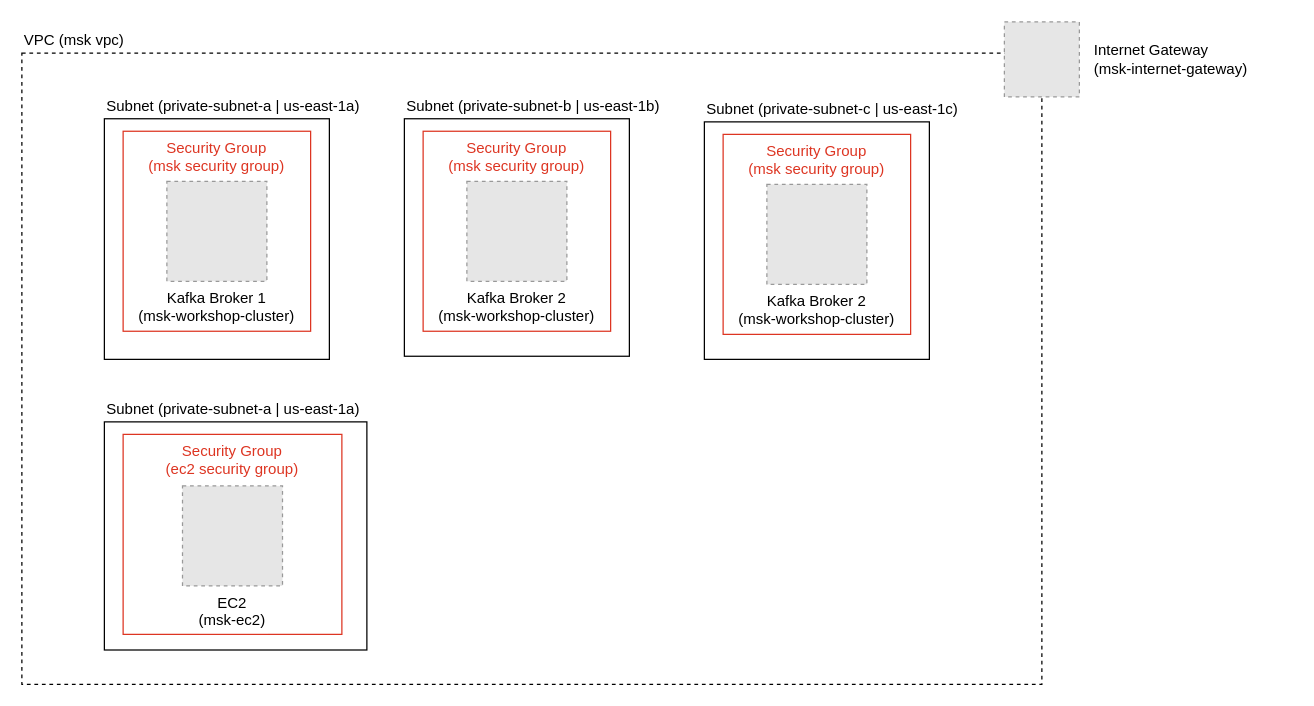
ev2900/Managed_Streaming_for_Apache_Kafka_Examples keeps this draw.io diagram as Cluster_Expansion/ReadMe_Architecture/architecture.drawio. Above is the earlier version. Source tidied: cells renumbered, new cells numbered last; positions are measured from the earlier drawing's top-left corner, leaving out a move shared by most shapes. Both pictures are drawn from the tidied source at 125%, with x=0, y=0 at pixel (21, 21). Pictures stored in the file or linked from it are replaced by grey dashed boxes.
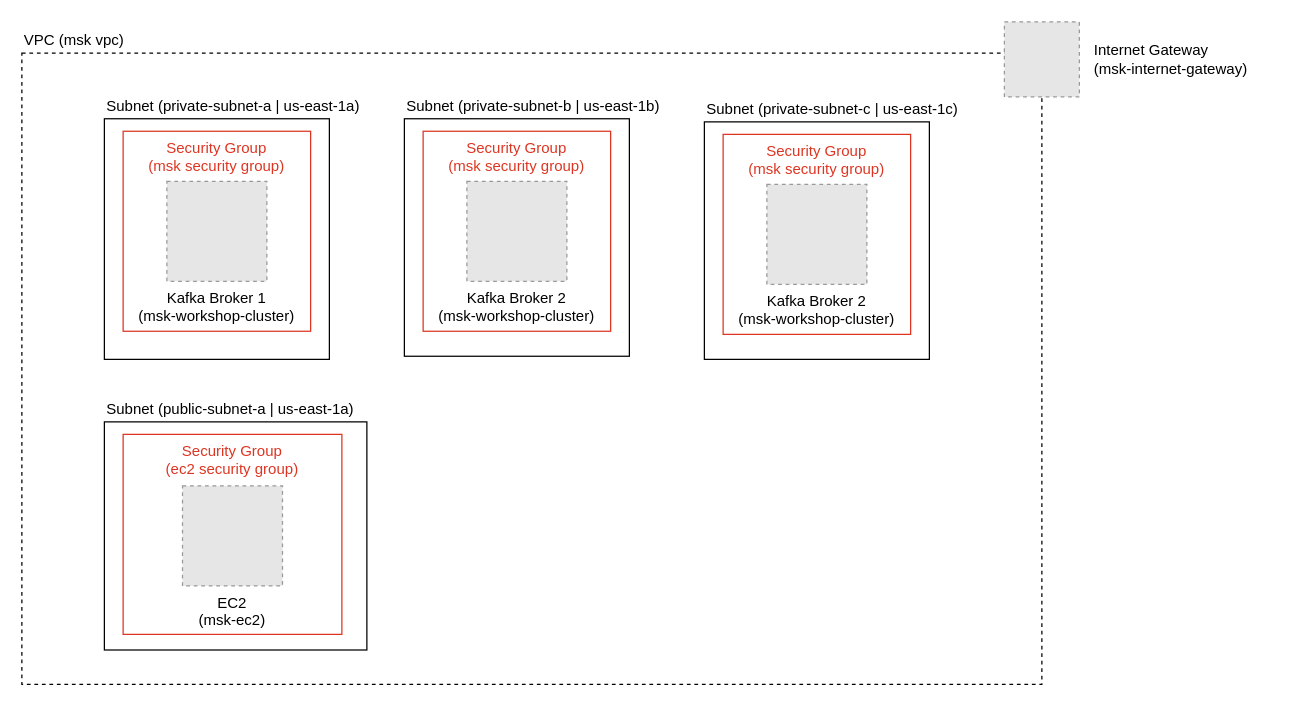
After the change.

What changed in the source:
```diff
@@
-    <mxCell id="20" value="Subnet (private-subnet-a | us-east-1a)" style="text;html=1;strokeColor=none;fillColor=none;align=left;verticalAlign=middle;whiteSpace=wrap;rounded=0;dashed=1;" parent="1" vertex="1">
+    <mxCell id="20" value="Subnet (public-subnet-a | us-east-1a)" style="text;html=1;strokeColor=none;fillColor=none;align=left;verticalAlign=middle;whiteSpace=wrap;rounded=0;dashed=1;" parent="1" vertex="1">
       <mxGeometry x="66" y="300" width="210" height="20" as="geometry" />
     </mxCell>
```
